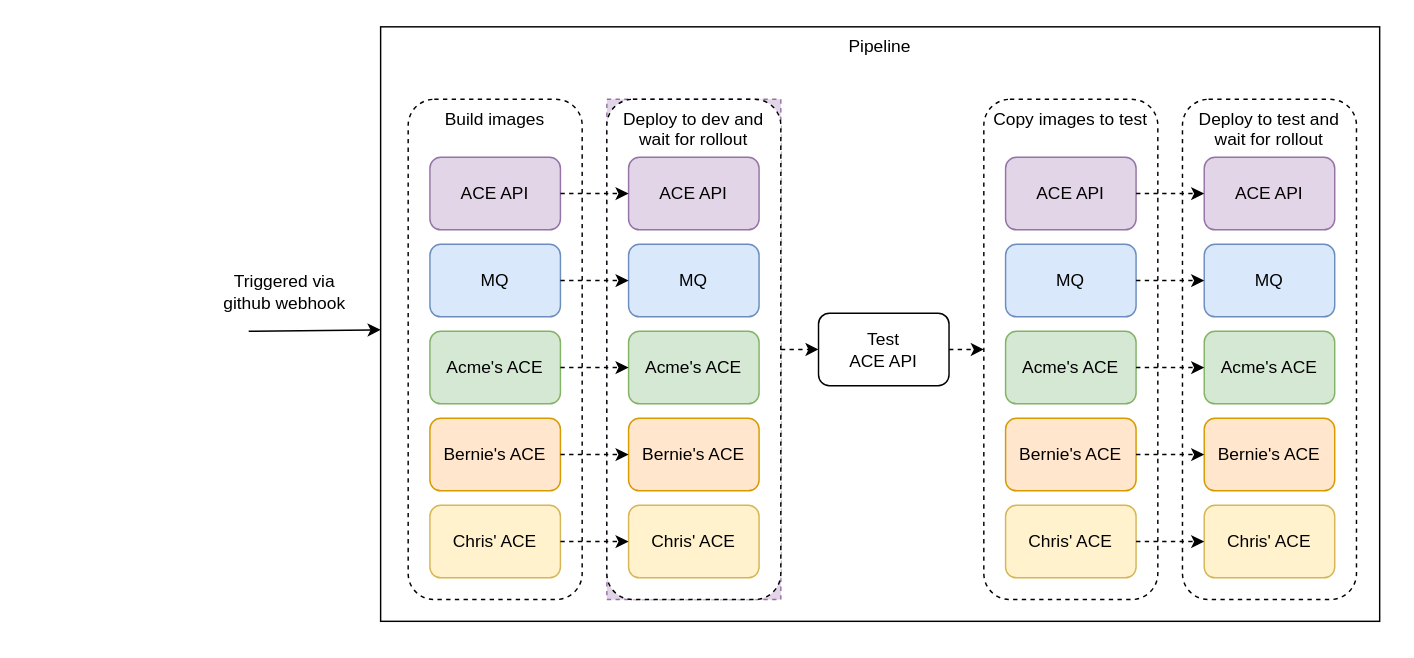
Above: DrivewayDentDeletion/media/dev-test-pipeline.drawio in IBM/cp4i-deployment-samples (draw.io), before the change. Source tidied: cells renumbered, new cells numbered last; positions are measured from the earlier drawing's top-left corner, leaving out a move shared by most shapes. Both pictures are drawn from the tidied source at 145%, with x=0, y=0 at pixel (219, 26).
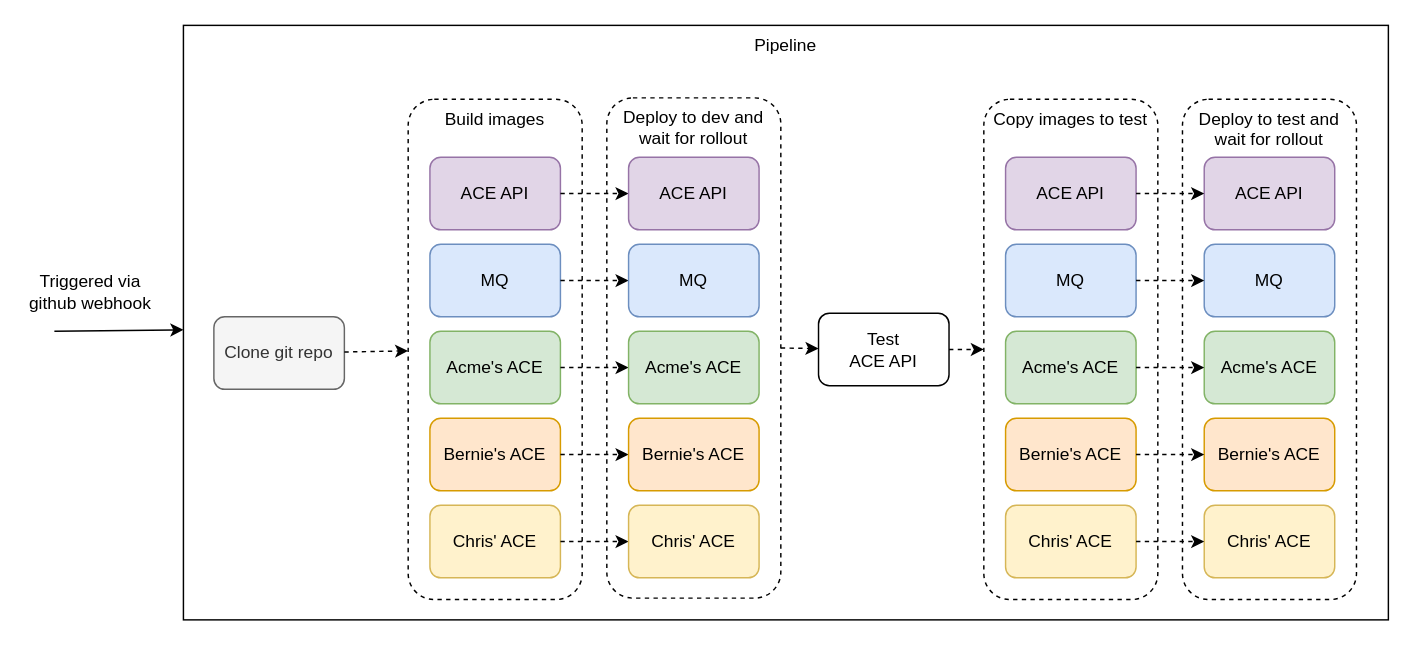
Above is the later version.

Commit message (it also covers changes not shown here):
Update diagrams with new git clone task

The change refers to these unchanged cells:
```xml
<mxCell id="12" value="Build images" style="rounded=1;whiteSpace=wrap;html=1;horizontal=1;verticalAlign=top;dashed=1;" parent="1" vertex="1">
  <mxGeometry x="130" y="50" width="120" height="345" as="geometry" />
</mxCell>
```

What changed in the source:
```diff
@@
     <mxCell id="2" value="Pipeline" style="rounded=0;whiteSpace=wrap;html=1;verticalAlign=top;" parent="1" vertex="1">
-      <mxGeometry x="111" width="689" height="410" as="geometry" />
+      <mxGeometry x="-25" y="-1" width="831" height="410" as="geometry" />
     </mxCell>
-    <mxCell id="3" style="group;dashed=1;strokeColor=#9673a6;fillColor=#e1d5e7;" parent="1" vertex="1">
-      <mxGeometry x="267" y="50" width="120" height="345" as="geometry" />
-    </mxCell>
-    <mxCell id="4" value="Deploy to dev and wait for rollout" style="rounded=1;whiteSpace=wrap;html=1;verticalAlign=top;dashed=1;" parent="3" vertex="1">
-      <mxGeometry width="120" height="345" as="geometry" />
+    <mxCell id="4" value="Deploy to dev and wait for rollout" style="rounded=1;whiteSpace=wrap;html=1;verticalAlign=top;dashed=1;" parent="1" vertex="1">
+      <mxGeometry x="267" y="49" width="120" height="345" as="geometry" />
     </mxCell>
-    <mxCell id="5" value="ACE API" style="rounded=1;whiteSpace=wrap;html=1;fillColor=#e1d5e7;strokeColor=#9673a6;" parent="3" vertex="1">
-      <mxGeometry x="15" y="40" width="90" height="50" as="geometry" />
-    </mxCell>
-    <mxCell id="6" value="MQ" style="rounded=1;whiteSpace=wrap;html=1;fillColor=#dae8fc;strokeColor=#6c8ebf;" parent="3" vertex="1">
-      <mxGeometry x="15" y="100" width="90" height="50" as="geometry" />
-    </mxCell>
-    <mxCell id="7" value="Acme's ACE" style="rounded=1;whiteSpace=wrap;html=1;fillColor=#d5e8d4;strokeColor=#82b366;" parent="3" vertex="1">
-      <mxGeometry x="15" y="160" width="90" height="50" as="geometry" />
-    </mxCell>
-    <mxCell id="8" value="Bernie's ACE" style="rounded=1;whiteSpace=wrap;html=1;fillColor=#ffe6cc;strokeColor=#d79b00;" parent="3" vertex="1">
-      <mxGeometry x="15" y="220" width="90" height="50" as="geometry" />
-    </mxCell>
-    <mxCell id="9" value="Chris' ACE" style="rounded=1;whiteSpace=wrap;html=1;fillColor=#fff2cc;strokeColor=#d6b656;" parent="3" vertex="1">
-      <mxGeometry x="15" y="280" width="90" height="50" as="geometry" />
-    </mxCell>
     <mxCell id="10" style="endArrow=classic;html=1;" parent="1" edge="1" target="2">
       <mxGeometry relative="1" as="geometry">
-        <mxPoint x="20" y="210" as="sourcePoint" />
+        <mxPoint x="-114" y="210" as="sourcePoint" />
       </mxGeometry>
     </mxCell>
     <mxCell id="11" value="Triggered via github webhook" style="text;html=1;strokeColor=none;fillColor=none;align=center;verticalAlign=middle;whiteSpace=wrap;rounded=0;" parent="1" vertex="1">
-      <mxGeometry y="172.5" width="90" height="20" as="geometry" />
+      <mxGeometry x="-134" y="172.5" width="90" height="20" as="geometry" />
     </mxCell>
@@
+    <mxCell id="45" value="Clone git repo" style="rounded=1;whiteSpace=wrap;html=1;fillColor=#f5f5f5;strokeColor=#666666;fontColor=#333333;" parent="1" vertex="1">
+      <mxGeometry x="-4" y="200" width="90" height="50" as="geometry" />
+    </mxCell>
+    <mxCell id="46" style="endArrow=classic;html=1;dashed=1;" parent="1" edge="1" source="45" target="12">
+      <mxGeometry relative="1" as="geometry" />
+    </mxCell>
+    <mxCell id="5" value="ACE API" style="rounded=1;whiteSpace=wrap;html=1;fillColor=#e1d5e7;strokeColor=#9673a6;" parent="1" vertex="1">
+      <mxGeometry x="282" y="90" width="90" height="50" as="geometry" />
+    </mxCell>
+    <mxCell id="6" value="MQ" style="rounded=1;whiteSpace=wrap;html=1;fillColor=#dae8fc;strokeColor=#6c8ebf;" parent="1" vertex="1">
+      <mxGeometry x="282" y="150" width="90" height="50" as="geometry" />
+    </mxCell>
+    <mxCell id="7" value="Acme's ACE" style="rounded=1;whiteSpace=wrap;html=1;fillColor=#d5e8d4;strokeColor=#82b366;" parent="1" vertex="1">
+      <mxGeometry x="282" y="210" width="90" height="50" as="geometry" />
+    </mxCell>
+    <mxCell id="8" value="Bernie's ACE" style="rounded=1;whiteSpace=wrap;html=1;fillColor=#ffe6cc;strokeColor=#d79b00;" parent="1" vertex="1">
+      <mxGeometry x="282" y="270" width="90" height="50" as="geometry" />
+    </mxCell>
+    <mxCell id="9" value="Chris' ACE" style="rounded=1;whiteSpace=wrap;html=1;fillColor=#fff2cc;strokeColor=#d6b656;" parent="1" vertex="1">
+      <mxGeometry x="282" y="330" width="90" height="50" as="geometry" />
+    </mxCell>
```
